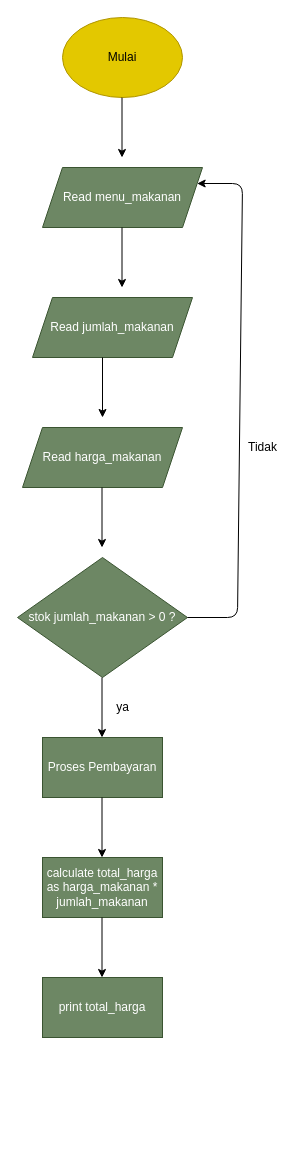
The draw.io diagram flowchart-fe2848059.drawio in gabryella-apriani-sinaga/Gabryella_Apriani_Sinaga-Order_Makanan_via_Online, before the edit. Source tidied: cells renumbered, new cells numbered last; positions are measured from the earlier drawing's top-left corner, leaving out a move shared by most shapes. Both pictures are drawn from the tidied source at 100%, with x=0, y=0 at pixel (17, 17).
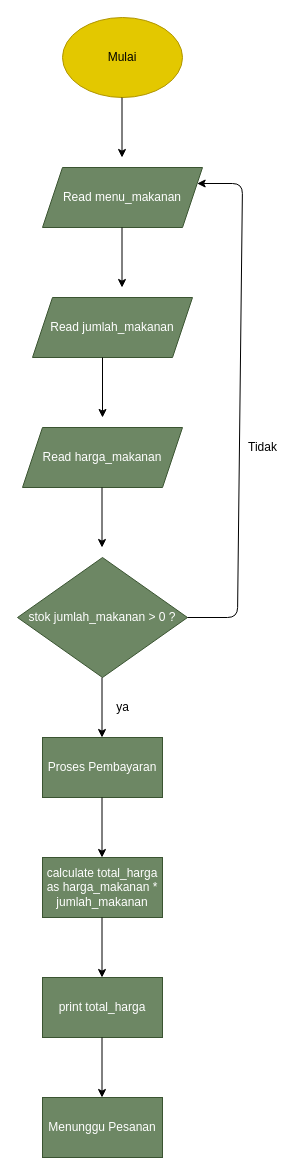
Above is the later version.

Commit message:
make new state 'Menunggu Pesanan'

What changed in the source:
```diff
@@
+    <mxCell id="20" style="endArrow=classic;html=1;" parent="1" edge="1">
+      <mxGeometry relative="1" as="geometry">
+        <mxPoint x="84.5" y="1020" as="sourcePoint" />
+        <mxPoint x="84.5" y="1080" as="targetPoint" />
+      </mxGeometry>
+    </mxCell>
+    <mxCell id="21" value="Menunggu Pesanan" style="rounded=0;whiteSpace=wrap;html=1;fillColor=#6d8764;fontColor=#ffffff;strokeColor=#3A5431;" parent="1" vertex="1">
+      <mxGeometry x="25" y="1080" width="120" height="60" as="geometry" />
+    </mxCell>
```
